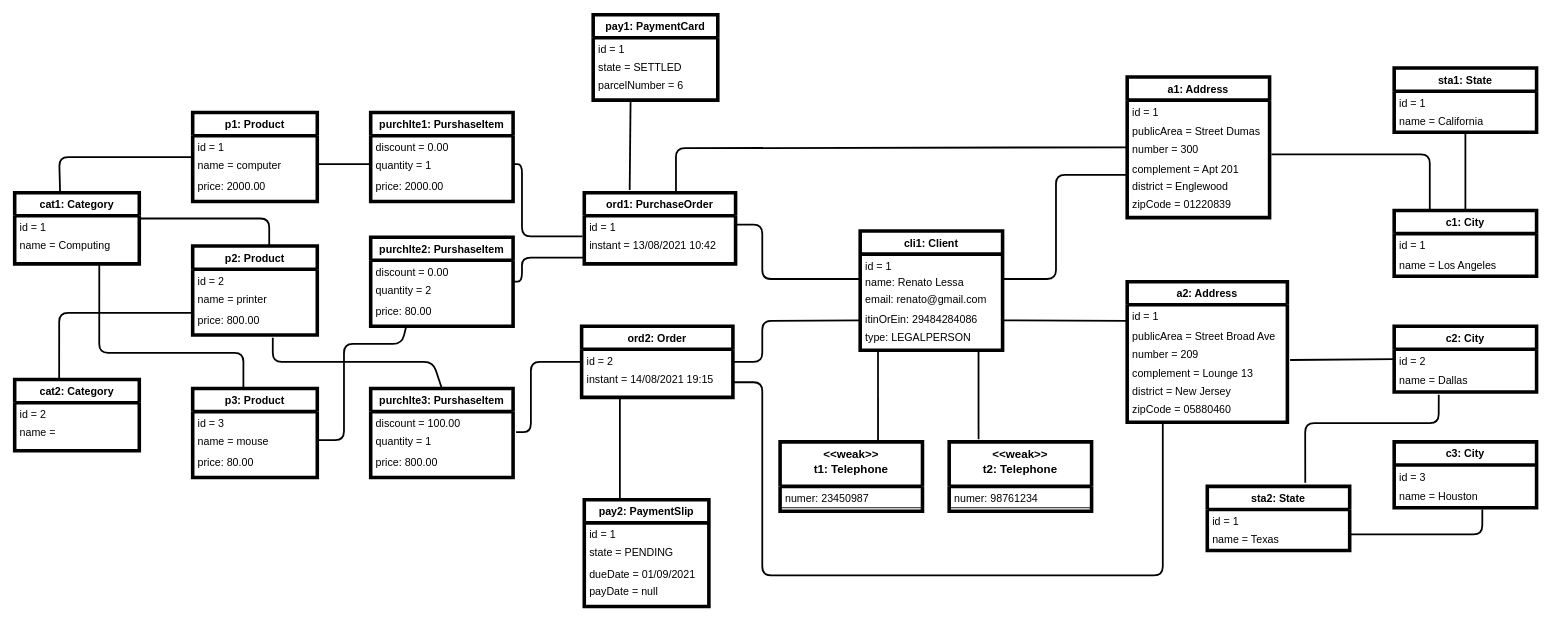
Above: model-instance-score/model-instance.drawio in Relesi/class-diagram (draw.io), before the change. Source tidied: cells renumbered, new cells numbered last; positions are measured from the earlier drawing's top-left corner, leaving out a move shared by most shapes. Both pictures are drawn from the tidied source at 89%, with x=0, y=0 at pixel (14, 14).
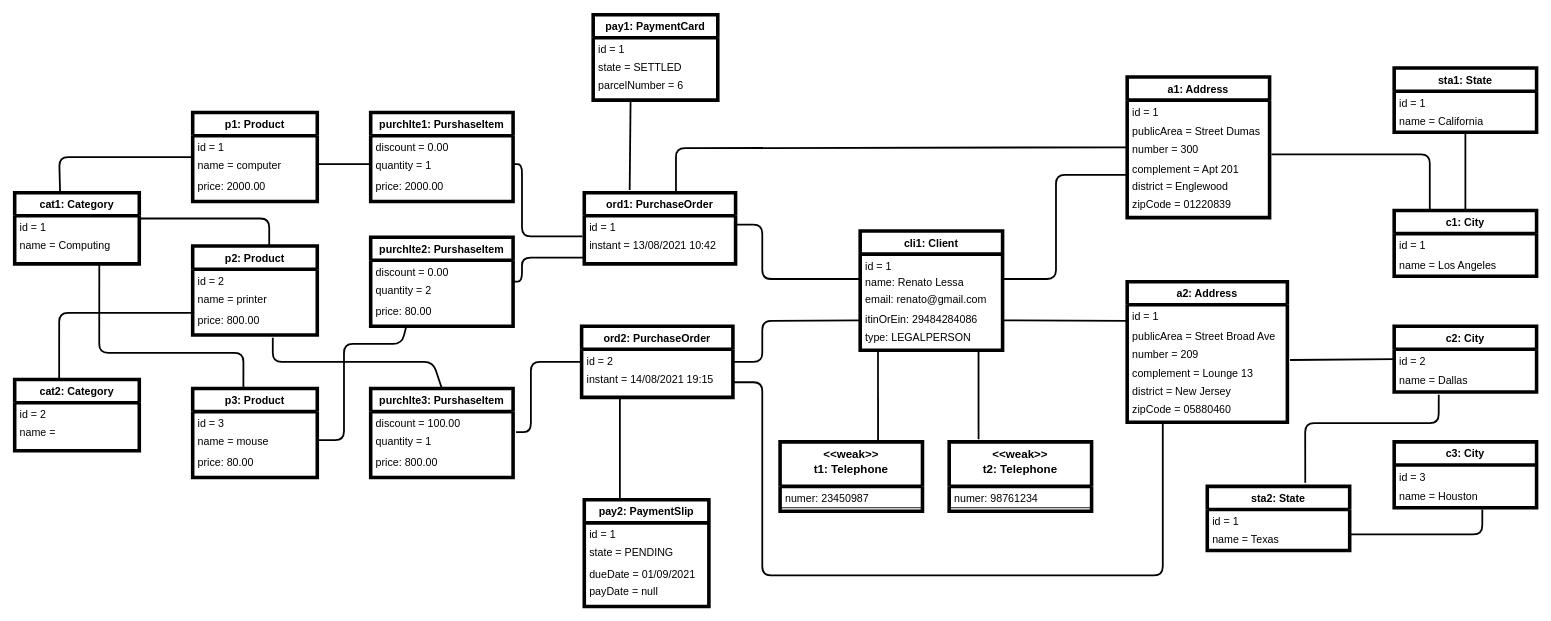
After the change.

Diff of the diagram source:
```diff
@@
-    <mxCell id="43" value="ord2: Order" style="swimlane;fontStyle=1;horizontal=1;startSize=26;strokeWidth=4;rounded=0;shadow=0;sketch=0;glass=0;swimlaneLine=1;swimlaneFillColor=#ffffff;" parent="1" vertex="1">
+    <mxCell id="43" value="ord2: PurchaseOrder" style="swimlane;fontStyle=1;horizontal=1;startSize=26;strokeWidth=4;rounded=0;shadow=0;sketch=0;glass=0;swimlaneLine=1;swimlaneFillColor=#ffffff;" parent="1" vertex="1">
       <mxGeometry x="637" y="350" width="170" height="80" as="geometry" />
     </mxCell>
```
